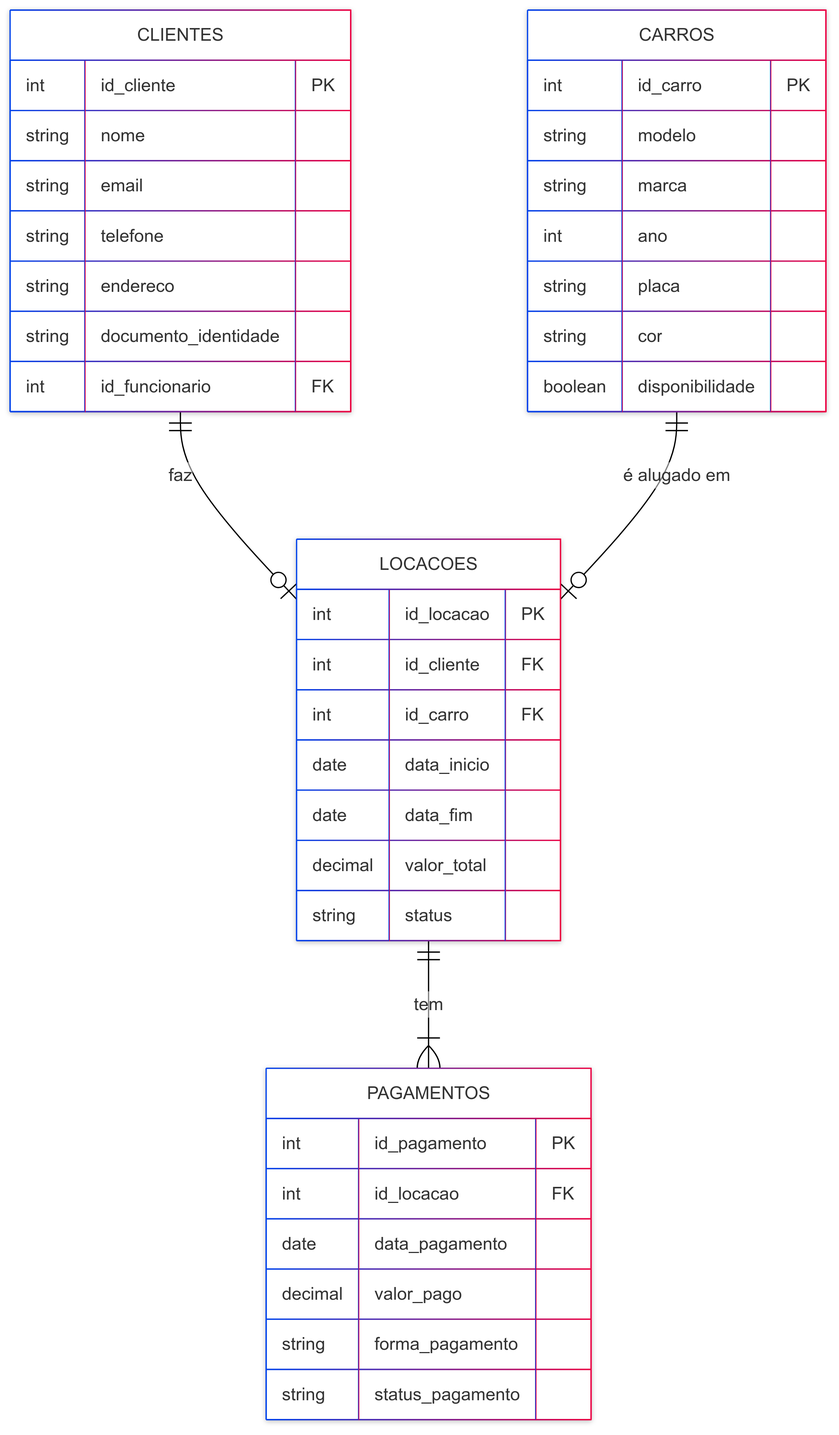
Kyutz/aluguel-carros-django keeps this Mermaid diagram as docs/diagrama_aluguel_carros.png. Above is the earlier version. Its source is kept beside it as docs/diagrama_aluguel_carros.mmd. Its diagram source:
```mermaid
erDiagram
    CLIENTES {
        int id_cliente PK
        string nome
        string email
        string telefone
        string endereco
        string documento_identidade
        int id_funcionario FK
    }

    CARROS {
        int id_carro PK
        string modelo
        string marca
        int ano
        string placa
        string cor
        boolean disponibilidade
    }

    LOCACOES {
        int id_locacao PK
        int id_cliente FK
        int id_carro FK
        date data_inicio
        date data_fim
        decimal valor_total
        string status
    }

    PAGAMENTOS {
        int id_pagamento PK
        int id_locacao FK
        date data_pagamento
        decimal valor_pago
        string forma_pagamento
        string status_pagamento
    }

    CLIENTES ||--o| LOCACOES: "faz"
    CARROS ||--o| LOCACOES: "é alugado em"
    LOCACOES ||--|{ PAGAMENTOS: "tem"
```
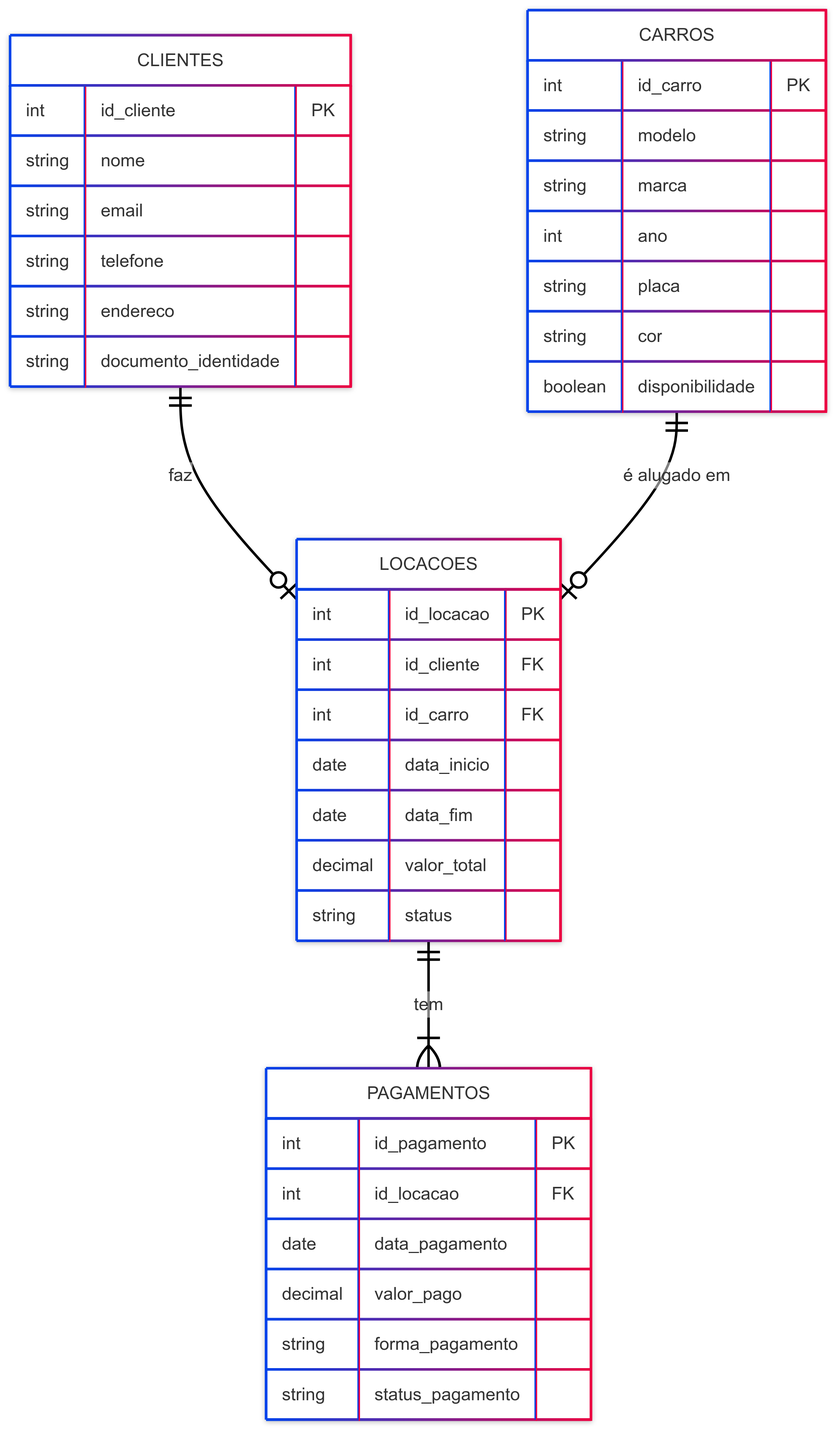
The same diagram one commit later.

What changed in the source:
```diff
@@ -6,7 +6,6 @@
         string telefone
         string endereco
         string documento_identidade
-        int id_funcionario FK
     }
 
     CARROS {
```
